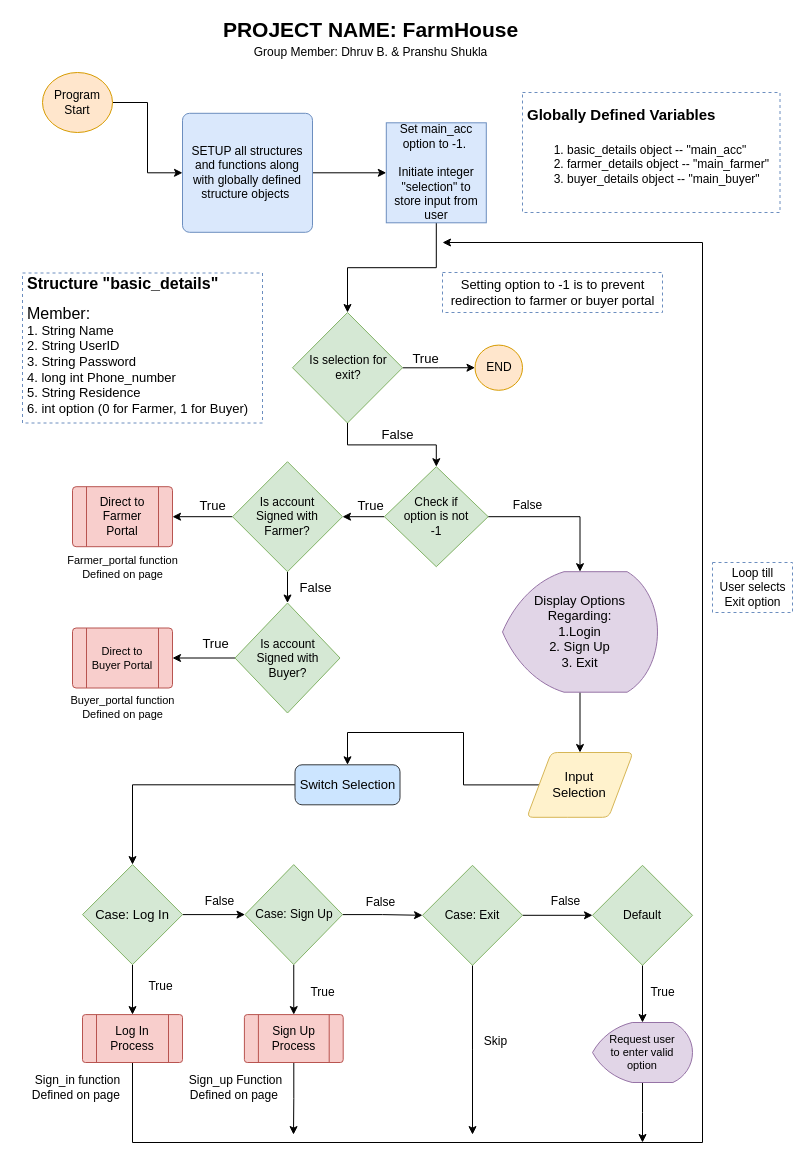
dhruvbanerjee77/FARMHOUSE-A-Marketing-Portal keeps this draw.io diagram as page "Page-1" (1 of 2) of Flow Charts/1. Main_Function.drawio. Above is the earlier version. Source tidied: cells renumbered, new cells numbered last; positions are measured from the earlier drawing's top-left corner, leaving out a move shared by most shapes. Both pictures are drawn from the tidied source at 100%, with x=0, y=0 at pixel (22, 22).
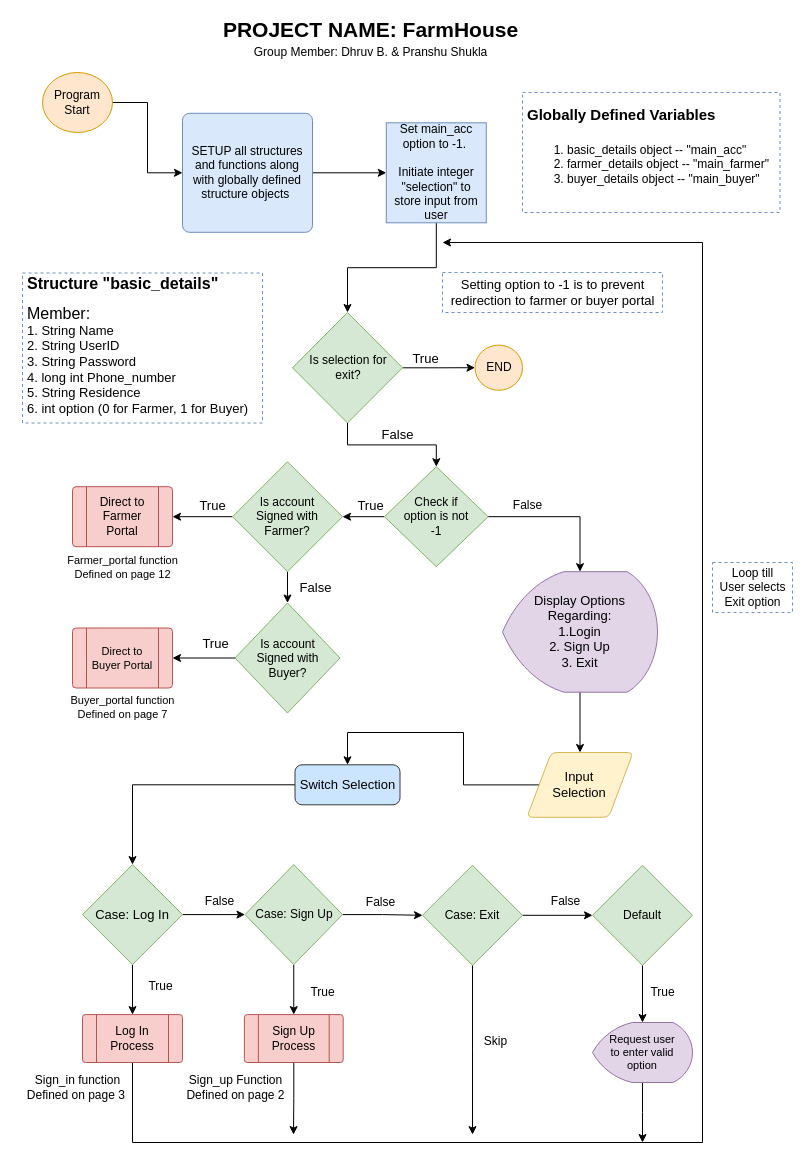
The same diagram, later.

What changed in the source:
```diff
@@
-    <mxCell id="63" value="Farmer_portal&amp;nbsp;function&lt;br&gt;Defined on page" style="text;html=1;align=center;verticalAlign=middle;fontSize=11;" parent="1" vertex="1">
+    <mxCell id="63" value="Farmer_portal&amp;nbsp;function&lt;br&gt;Defined on page 12" style="text;html=1;align=center;verticalAlign=middle;fontSize=11;" parent="1" vertex="1">
       <mxGeometry x="35" y="530" width="130" height="30" as="geometry" />
     </mxCell>
-    <mxCell id="64" value="Buyer_portal&amp;nbsp;function&lt;br&gt;Defined on page" style="text;html=1;align=center;verticalAlign=middle;fontSize=11;" parent="1" vertex="1">
+    <mxCell id="64" value="Buyer_portal&amp;nbsp;function&lt;br&gt;Defined on page 7" style="text;html=1;align=center;verticalAlign=middle;fontSize=11;" parent="1" vertex="1">
       <mxGeometry x="40" y="669.8" width="120" height="30" as="geometry" />
     </mxCell>
-    <mxCell id="65" value="Sign_in function&lt;br&gt;Defined on page&amp;nbsp;" style="text;html=1;align=center;verticalAlign=middle;fontSize=12;" parent="1" vertex="1">
-      <mxGeometry y="1050" width="110" height="30" as="geometry" />
+    <mxCell id="65" value="Sign_in function&lt;br&gt;Defined on page 3&amp;nbsp;" style="text;html=1;align=center;verticalAlign=middle;fontSize=12;" parent="1" vertex="1">
+      <mxGeometry x="-5" y="1050" width="120" height="30" as="geometry" />
     </mxCell>
-    <mxCell id="66" value="Sign_up Function&lt;br&gt;Defined on page&amp;nbsp;" style="text;html=1;align=center;verticalAlign=middle;fontSize=12;" parent="1" vertex="1">
+    <mxCell id="66" value="Sign_up Function&lt;br&gt;Defined on page 2" style="text;html=1;align=center;verticalAlign=middle;fontSize=12;" parent="1" vertex="1">
       <mxGeometry x="157.5" y="1050" width="110" height="30" as="geometry" />
     </mxCell>
```
